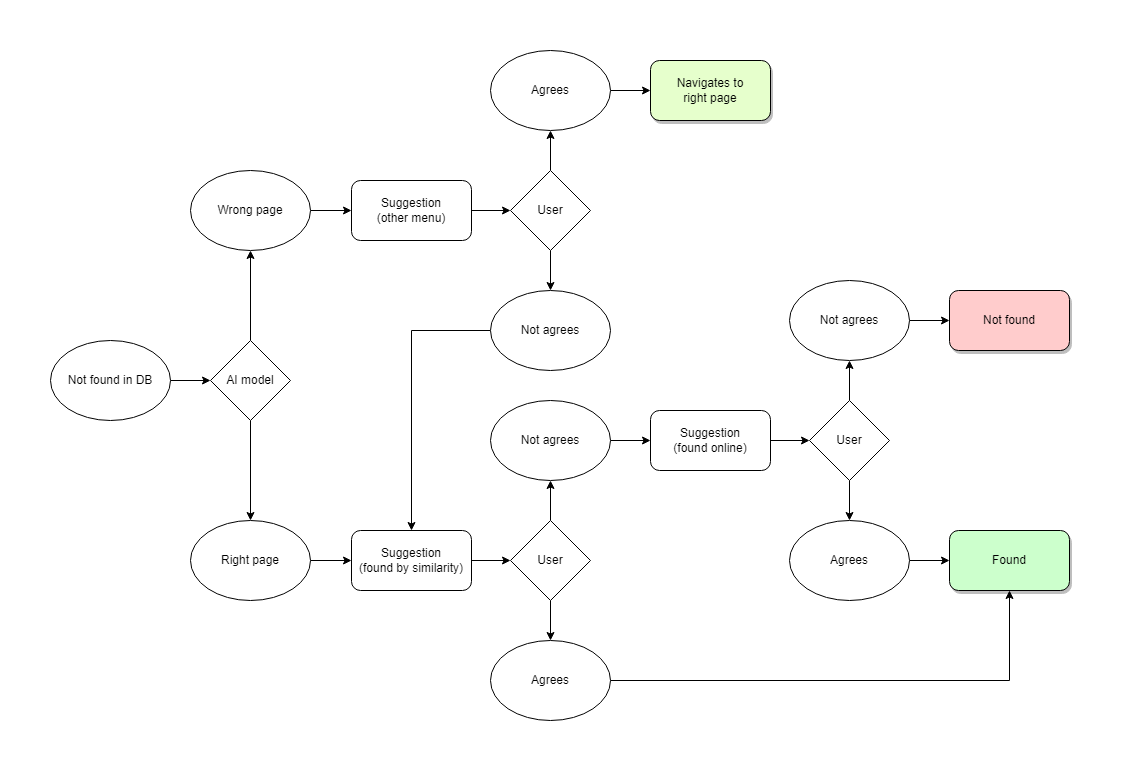
The draw.io diagram doc/inorganic-suggestions.png in quimifyapp/api, before a commit. Source tidied: cells renumbered, new cells last; positions are measured from the earlier drawing's top-left corner, leaving out a move shared by most shapes.
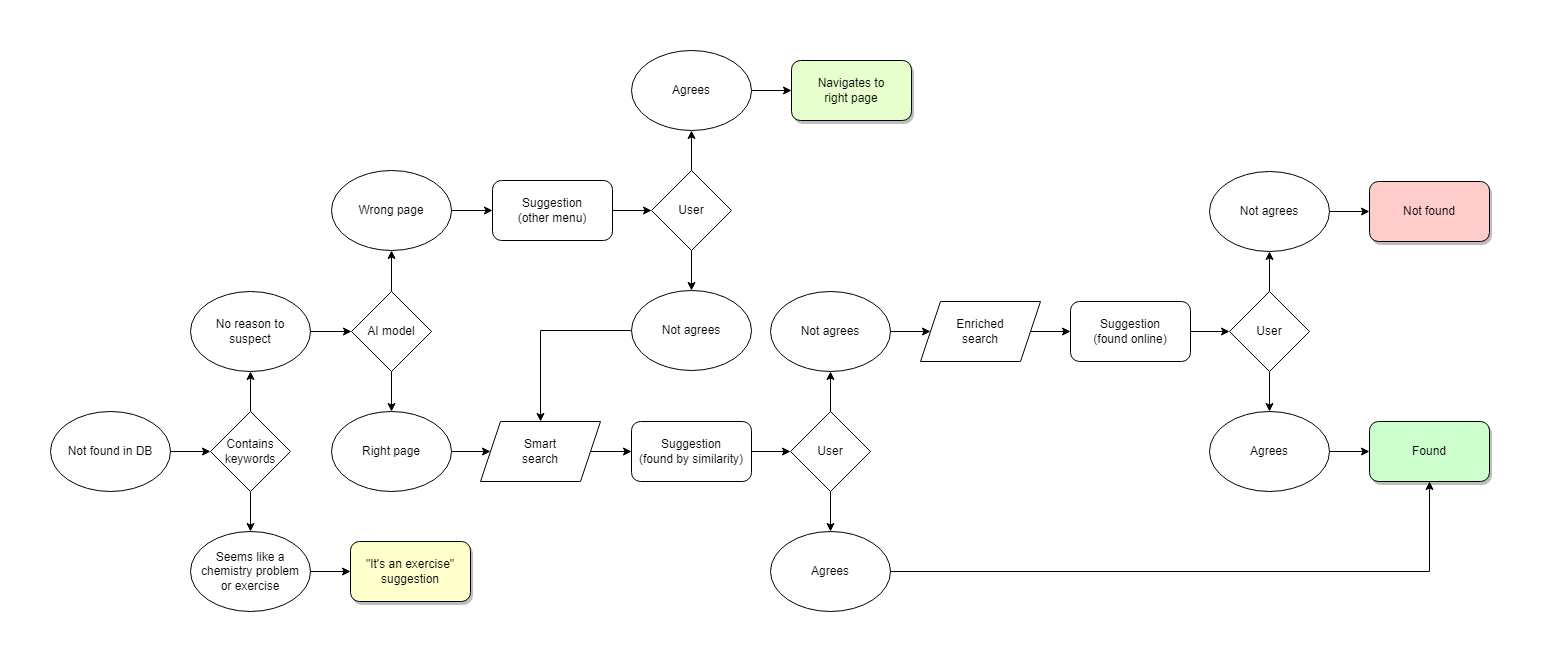
The same diagram one commit later.

Change to the diagram source:
```diff
@@ -2,6 +2,21 @@
   <root>
     <mxCell id="0" />
     <mxCell id="1" parent="0" />
+    <mxCell id="41" style="edgeStyle=orthogonalEdgeStyle;rounded=0;jettySize=auto;html=1;exitX=1;exitY=0.5;exitDx=0;exitDy=0;entryX=0;entryY=0.5;entryDx=0;entryDy=0;" parent="1" edge="1" source="40" target="44">
+      <mxGeometry relative="1" as="geometry" />
+    </mxCell>
+    <mxCell id="40" value="Not found in DB" style="ellipse;whiteSpace=wrap;html=1;" parent="1" vertex="1">
+      <mxGeometry x="90" y="281" width="120" height="80" as="geometry" />
+    </mxCell>
+    <mxCell id="42" style="edgeStyle=orthogonalEdgeStyle;rounded=0;jettySize=auto;html=1;exitX=0.5;exitY=0;exitDx=0;exitDy=0;entryX=0.5;entryY=1;entryDx=0;entryDy=0;" parent="1" edge="1" source="44" target="70">
+      <mxGeometry relative="1" as="geometry" />
+    </mxCell>
+    <mxCell id="43" style="edgeStyle=orthogonalEdgeStyle;rounded=0;jettySize=auto;html=1;exitX=0.5;exitY=1;exitDx=0;exitDy=0;entryX=0.5;entryY=0;entryDx=0;entryDy=0;" parent="1" edge="1" source="44" target="68">
+      <mxGeometry relative="1" as="geometry" />
+    </mxCell>
+    <mxCell id="44" value="Contains&lt;br&gt;keywords" style="rhombus;whiteSpace=wrap;html=1;" parent="1" vertex="1">
+      <mxGeometry x="250" y="281" width="80" height="80" as="geometry" />
+    </mxCell>
     <mxCell id="2" style="edgeStyle=none;rounded=0;jettySize=auto;html=1;exitX=0.5;exitY=0;exitDx=0;exitDy=0;entryX=0.5;entryY=1;entryDx=0;entryDy=0;" parent="1" edge="1" source="4" target="8">
       <mxGeometry relative="1" as="geometry" />
     </mxCell>
@@ -9,123 +24,151 @@
       <mxGeometry relative="1" as="geometry" />
     </mxCell>
     <mxCell id="4" value="AI model" style="rhombus;whiteSpace=wrap;html=1;" parent="1" vertex="1">
-      <mxGeometry x="160" y="290" width="80" height="80" as="geometry" />
+      <mxGeometry x="391" y="161" width="80" height="80" as="geometry" />
     </mxCell>
-    <mxCell id="5" style="edgeStyle=none;rounded=0;jettySize=auto;html=1;exitX=1;exitY=0.5;exitDx=0;exitDy=0;entryX=0;entryY=0.5;entryDx=0;entryDy=0;" parent="1" edge="1" source="6" target="10">
-      <mxGeometry relative="1" as="geometry" />
-    </mxCell>
+    <mxCell id="45" style="edgeStyle=orthogonalEdgeStyle;rounded=0;jettySize=auto;html=1;exitX=1;exitY=0.5;exitDx=0;exitDy=0;entryX=0;entryY=0.5;entryDx=0;entryDy=0;" parent="1" edge="1" source="6" target="73">
+      <mxGeometry relative="1" as="geometry" />
+    </mxCell>
     <mxCell id="6" value="Right page" style="ellipse;whiteSpace=wrap;html=1;" parent="1" vertex="1">
-      <mxGeometry x="140" y="470" width="120" height="80" as="geometry" />
+      <mxGeometry x="371" y="281" width="120" height="80" as="geometry" />
     </mxCell>
-    <mxCell id="7" style="edgeStyle=none;rounded=0;jettySize=auto;html=1;exitX=1;exitY=0.5;exitDx=0;exitDy=0;entryX=0;entryY=0.5;entryDx=0;entryDy=0;" parent="1" edge="1" source="8" target="12">
+    <mxCell id="7" style="edgeStyle=orthogonalEdgeStyle;rounded=0;jettySize=auto;html=1;exitX=1;exitY=0.5;exitDx=0;exitDy=0;entryX=0;entryY=0.5;entryDx=0;entryDy=0;" parent="1" edge="1" source="8" target="12">
       <mxGeometry relative="1" as="geometry" />
     </mxCell>
     <mxCell id="8" value="Wrong page" style="ellipse;whiteSpace=wrap;html=1;" parent="1" vertex="1">
-      <mxGeometry x="140" y="120" width="120" height="80" as="geometry" />
+      <mxGeometry x="371" y="40" width="120" height="80" as="geometry" />
     </mxCell>
-    <mxCell id="9" style="edgeStyle=none;rounded=0;jettySize=auto;html=1;exitX=1;exitY=0.5;exitDx=0;exitDy=0;entryX=0;entryY=0.5;entryDx=0;entryDy=0;" parent="1" edge="1" source="10" target="15">
-      <mxGeometry relative="1" as="geometry" />
-    </mxCell>
+    <mxCell id="46" style="edgeStyle=none;rounded=0;jettySize=auto;html=1;exitX=1;exitY=0.5;exitDx=0;exitDy=0;entryX=0;entryY=0.5;entryDx=0;entryDy=0;" parent="1" edge="1" source="10" target="50">
+      <mxGeometry relative="1" as="geometry" />
+    </mxCell>
     <mxCell id="10" value="Suggestion&lt;br&gt;(found by similarity)" style="rounded=1;whiteSpace=wrap;html=1;" parent="1" vertex="1">
-      <mxGeometry x="301" y="480" width="120" height="60" as="geometry" />
+      <mxGeometry x="671" y="291" width="120" height="60" as="geometry" />
     </mxCell>
-    <mxCell id="11" style="edgeStyle=none;rounded=0;jettySize=auto;html=1;exitX=1;exitY=0.5;exitDx=0;exitDy=0;entryX=0;entryY=0.5;entryDx=0;entryDy=0;" parent="1" edge="1" source="12" target="23">
-      <mxGeometry relative="1" as="geometry" />
-    </mxCell>
+    <mxCell id="47" style="edgeStyle=none;rounded=0;jettySize=auto;html=1;exitX=1;exitY=0.5;exitDx=0;exitDy=0;entryX=0;entryY=0.5;entryDx=0;entryDy=0;" parent="1" edge="1" source="12" target="57">
+      <mxGeometry relative="1" as="geometry" />
+    </mxCell>
     <mxCell id="12" value="Suggestion&lt;br&gt;(other menu)" style="rounded=1;whiteSpace=wrap;html=1;" parent="1" vertex="1">
-      <mxGeometry x="301" y="130" width="120" height="60" as="geometry" />
+      <mxGeometry x="532" y="50" width="120" height="60" as="geometry" />
     </mxCell>
-    <mxCell id="13" style="edgeStyle=none;rounded=0;jettySize=auto;html=1;exitX=0.5;exitY=0;exitDx=0;exitDy=0;entryX=0.5;entryY=1;entryDx=0;entryDy=0;" parent="1" edge="1" source="15" target="19">
-      <mxGeometry relative="1" as="geometry" />
-    </mxCell>
-    <mxCell id="14" style="edgeStyle=none;rounded=0;jettySize=auto;html=1;exitX=0.5;exitY=1;exitDx=0;exitDy=0;entryX=0.5;entryY=0;entryDx=0;entryDy=0;" parent="1" edge="1" source="15" target="17">
-      <mxGeometry relative="1" as="geometry" />
-    </mxCell>
-    <mxCell id="15" value="User" style="rhombus;whiteSpace=wrap;html=1;" parent="1" vertex="1">
-      <mxGeometry x="460" y="470" width="80" height="80" as="geometry" />
-    </mxCell>
-    <mxCell id="16" style="edgeStyle=none;rounded=0;jettySize=auto;html=1;exitX=1;exitY=0.5;exitDx=0;exitDy=0;entryX=0.5;entryY=1;entryDx=0;entryDy=0;" parent="1" edge="1" source="17" target="20">
-      <mxGeometry relative="1" as="geometry">
-        <Array as="points">
-          <mxPoint x="959" y="630" />
-        </Array>
-      </mxGeometry>
-    </mxCell>
-    <mxCell id="17" value="Agrees" style="ellipse;whiteSpace=wrap;html=1;" parent="1" vertex="1">
-      <mxGeometry x="440" y="590" width="120" height="80" as="geometry" />
-    </mxCell>
-    <mxCell id="18" style="edgeStyle=none;rounded=0;jettySize=auto;html=1;exitX=1;exitY=0.5;exitDx=0;exitDy=0;entryX=0;entryY=0.5;entryDx=0;entryDy=0;" parent="1" edge="1" source="19" target="30">
-      <mxGeometry relative="1" as="geometry" />
-    </mxCell>
-    <mxCell id="19" value="Not agrees" style="ellipse;whiteSpace=wrap;html=1;" parent="1" vertex="1">
-      <mxGeometry x="440" y="350" width="120" height="80" as="geometry" />
-    </mxCell>
+    <mxCell id="48" style="edgeStyle=none;rounded=0;jettySize=auto;html=1;exitX=0.5;exitY=0;exitDx=0;exitDy=0;entryX=0.5;entryY=1;entryDx=0;entryDy=0;" parent="1" edge="1" source="50" target="54">
+      <mxGeometry relative="1" as="geometry" />
+    </mxCell>
+    <mxCell id="49" style="edgeStyle=none;rounded=0;jettySize=auto;html=1;exitX=0.5;exitY=1;exitDx=0;exitDy=0;entryX=0.5;entryY=0;entryDx=0;entryDy=0;" parent="1" edge="1" source="50" target="52">
+      <mxGeometry relative="1" as="geometry" />
+    </mxCell>
+    <mxCell id="50" value="User" style="rhombus;whiteSpace=wrap;html=1;" parent="1" vertex="1">
+      <mxGeometry x="830" y="281" width="80" height="80" as="geometry" />
+    </mxCell>
+    <mxCell id="51" style="edgeStyle=none;rounded=0;jettySize=auto;html=1;exitX=1;exitY=0.5;exitDx=0;exitDy=0;entryX=0.5;entryY=1;entryDx=0;entryDy=0;" parent="1" edge="1" source="52" target="20">
+      <mxGeometry relative="1" as="geometry">
+        <Array as="points">
+          <mxPoint x="1469" y="441" />
+        </Array>
+      </mxGeometry>
+    </mxCell>
+    <mxCell id="52" value="Agrees" style="ellipse;whiteSpace=wrap;html=1;" parent="1" vertex="1">
+      <mxGeometry x="810" y="401" width="120" height="80" as="geometry" />
+    </mxCell>
+    <mxCell id="53" style="edgeStyle=orthogonalEdgeStyle;rounded=0;jettySize=auto;html=1;exitX=1;exitY=0.5;exitDx=0;exitDy=0;entryX=0;entryY=0.5;entryDx=0;entryDy=0;" parent="1" edge="1" source="54" target="75">
+      <mxGeometry relative="1" as="geometry" />
+    </mxCell>
+    <mxCell id="54" value="Not agrees" style="ellipse;whiteSpace=wrap;html=1;" parent="1" vertex="1">
+      <mxGeometry x="810" y="161" width="120" height="80" as="geometry" />
+    </mxCell>
     <mxCell id="20" value="Found" style="rounded=1;whiteSpace=wrap;html=1;fillColor=#CCFFCC;shadow=1;" parent="1" vertex="1">
-      <mxGeometry x="899" y="480" width="120" height="60" as="geometry" />
+      <mxGeometry x="1409" y="291" width="120" height="60" as="geometry" />
     </mxCell>
-    <mxCell id="21" style="edgeStyle=none;rounded=0;jettySize=auto;html=1;exitX=0.5;exitY=0;exitDx=0;exitDy=0;entryX=0.5;entryY=1;entryDx=0;entryDy=0;" parent="1" edge="1" source="23" target="25">
-      <mxGeometry relative="1" as="geometry" />
-    </mxCell>
-    <mxCell id="22" style="edgeStyle=none;rounded=0;jettySize=auto;html=1;exitX=0.5;exitY=1;exitDx=0;exitDy=0;entryX=0.5;entryY=0;entryDx=0;entryDy=0;" parent="1" edge="1" source="23" target="27">
-      <mxGeometry relative="1" as="geometry" />
-    </mxCell>
-    <mxCell id="23" value="User" style="rhombus;whiteSpace=wrap;html=1;" parent="1" vertex="1">
-      <mxGeometry x="460" y="120" width="80" height="80" as="geometry" />
-    </mxCell>
-    <mxCell id="24" style="edgeStyle=none;rounded=0;jettySize=auto;html=1;exitX=1;exitY=0.5;exitDx=0;exitDy=0;entryX=0;entryY=0.5;entryDx=0;entryDy=0;" parent="1" edge="1" source="25" target="28">
-      <mxGeometry relative="1" as="geometry" />
-    </mxCell>
-    <mxCell id="25" value="Agrees" style="ellipse;whiteSpace=wrap;html=1;" parent="1" vertex="1">
-      <mxGeometry x="440" width="120" height="80" as="geometry" />
-    </mxCell>
-    <mxCell id="26" style="edgeStyle=none;rounded=0;jettySize=auto;html=1;exitX=0;exitY=0.5;exitDx=0;exitDy=0;entryX=0.5;entryY=0;entryDx=0;entryDy=0;" parent="1" edge="1" source="27" target="10">
-      <mxGeometry relative="1" as="geometry">
-        <Array as="points">
-          <mxPoint x="361" y="280" />
-        </Array>
-      </mxGeometry>
-    </mxCell>
-    <mxCell id="27" value="Not agrees" style="ellipse;whiteSpace=wrap;html=1;" parent="1" vertex="1">
-      <mxGeometry x="440" y="240" width="120" height="80" as="geometry" />
-    </mxCell>
+    <mxCell id="55" style="edgeStyle=none;rounded=0;jettySize=auto;html=1;exitX=0.5;exitY=0;exitDx=0;exitDy=0;entryX=0.5;entryY=1;entryDx=0;entryDy=0;" parent="1" edge="1" source="57" target="59">
+      <mxGeometry relative="1" as="geometry" />
+    </mxCell>
+    <mxCell id="56" style="edgeStyle=none;rounded=0;jettySize=auto;html=1;exitX=0.5;exitY=1;exitDx=0;exitDy=0;entryX=0.5;entryY=0;entryDx=0;entryDy=0;" parent="1" edge="1" source="57" target="61">
+      <mxGeometry relative="1" as="geometry" />
+    </mxCell>
+    <mxCell id="57" value="User" style="rhombus;whiteSpace=wrap;html=1;" parent="1" vertex="1">
+      <mxGeometry x="691" y="40" width="80" height="80" as="geometry" />
+    </mxCell>
+    <mxCell id="58" style="edgeStyle=none;rounded=0;jettySize=auto;html=1;exitX=1;exitY=0.5;exitDx=0;exitDy=0;entryX=0;entryY=0.5;entryDx=0;entryDy=0;" parent="1" edge="1" source="59" target="28">
+      <mxGeometry relative="1" as="geometry" />
+    </mxCell>
+    <mxCell id="59" value="Agrees" style="ellipse;whiteSpace=wrap;html=1;" parent="1" vertex="1">
+      <mxGeometry x="671" y="-80" width="120" height="80" as="geometry" />
+    </mxCell>
+    <mxCell id="60" style="edgeStyle=orthogonalEdgeStyle;rounded=0;jettySize=auto;html=1;exitX=0;exitY=0.5;exitDx=0;exitDy=0;entryX=0.5;entryY=0;entryDx=0;entryDy=0;" parent="1" edge="1" source="61" target="73">
+      <mxGeometry relative="1" as="geometry" />
+    </mxCell>
+    <mxCell id="61" value="Not agrees" style="ellipse;whiteSpace=wrap;html=1;" parent="1" vertex="1">
+      <mxGeometry x="671" y="160" width="120" height="80" as="geometry" />
+    </mxCell>
     <mxCell id="28" value="Navigates to&lt;br&gt;right page" style="rounded=1;whiteSpace=wrap;html=1;fillColor=#E6FFCC;shadow=1;" parent="1" vertex="1">
-      <mxGeometry x="600" y="10" width="120" height="60" as="geometry" />
+      <mxGeometry x="831" y="-70" width="120" height="60" as="geometry" />
     </mxCell>
-    <mxCell id="29" style="edgeStyle=none;rounded=0;jettySize=auto;html=1;exitX=1;exitY=0.5;exitDx=0;exitDy=0;entryX=0;entryY=0.5;entryDx=0;entryDy=0;" parent="1" edge="1" source="30" target="33">
-      <mxGeometry relative="1" as="geometry" />
-    </mxCell>
+    <mxCell id="62" style="edgeStyle=orthogonalEdgeStyle;rounded=0;jettySize=auto;html=1;exitX=1;exitY=0.5;exitDx=0;exitDy=0;entryX=0;entryY=0.5;entryDx=0;entryDy=0;" parent="1" edge="1" source="30" target="78">
+      <mxGeometry relative="1" as="geometry" />
+    </mxCell>
     <mxCell id="30" value="Suggestion&lt;br&gt;(found online)" style="rounded=1;whiteSpace=wrap;html=1;" parent="1" vertex="1">
-      <mxGeometry x="600" y="360" width="120" height="60" as="geometry" />
+      <mxGeometry x="1110" y="171" width="120" height="60" as="geometry" />
     </mxCell>
-    <mxCell id="31" style="edgeStyle=none;rounded=0;jettySize=auto;html=1;exitX=0.5;exitY=0;exitDx=0;exitDy=0;entryX=0.5;entryY=1;entryDx=0;entryDy=0;" parent="1" edge="1" source="33" target="36">
-      <mxGeometry relative="1" as="geometry" />
-    </mxCell>
-    <mxCell id="32" style="edgeStyle=none;rounded=0;jettySize=auto;html=1;exitX=0.5;exitY=1;exitDx=0;exitDy=0;entryX=0.5;entryY=0;entryDx=0;entryDy=0;" parent="1" edge="1" source="33" target="38">
-      <mxGeometry relative="1" as="geometry" />
-    </mxCell>
-    <mxCell id="33" value="User" style="rhombus;whiteSpace=wrap;html=1;" parent="1" vertex="1">
-      <mxGeometry x="759" y="350" width="80" height="80" as="geometry" />
-    </mxCell>
+    <mxCell id="63" style="edgeStyle=none;rounded=0;orthogonalLoop=1;jettySize=auto;html=1;exitX=0.5;exitY=0;exitDx=0;exitDy=0;entryX=0.5;entryY=1;entryDx=0;entryDy=0;" parent="1" edge="1">
+      <mxGeometry relative="1" as="geometry">
+        <mxPoint x="1309" y="221" as="sourcePoint" />
+        <mxPoint x="1309" y="181" as="targetPoint" />
+      </mxGeometry>
+    </mxCell>
+    <mxCell id="64" style="edgeStyle=none;rounded=0;jettySize=auto;html=1;exitX=0.5;exitY=1;exitDx=0;exitDy=0;entryX=0.5;entryY=0;entryDx=0;entryDy=0;" parent="1" edge="1" target="66">
+      <mxGeometry relative="1" as="geometry">
+        <mxPoint x="1309" y="301" as="sourcePoint" />
+      </mxGeometry>
+    </mxCell>
     <mxCell id="34" value="Not found" style="rounded=1;whiteSpace=wrap;html=1;fillColor=#FFCCCC;shadow=1;" parent="1" vertex="1">
-      <mxGeometry x="899" y="240" width="120" height="60" as="geometry" />
+      <mxGeometry x="1409" y="51" width="120" height="60" as="geometry" />
     </mxCell>
-    <mxCell id="35" style="edgeStyle=none;rounded=0;jettySize=auto;html=1;exitX=1;exitY=0.5;exitDx=0;exitDy=0;entryX=0;entryY=0.5;entryDx=0;entryDy=0;" parent="1" edge="1" source="36" target="34">
-      <mxGeometry relative="1" as="geometry" />
-    </mxCell>
-    <mxCell id="36" value="Not agrees" style="ellipse;whiteSpace=wrap;html=1;" parent="1" vertex="1">
-      <mxGeometry x="739" y="230" width="120" height="80" as="geometry" />
-    </mxCell>
-    <mxCell id="37" style="edgeStyle=none;rounded=0;jettySize=auto;html=1;exitX=1;exitY=0.5;exitDx=0;exitDy=0;entryX=0;entryY=0.5;entryDx=0;entryDy=0;" parent="1" edge="1" source="38" target="20">
-      <mxGeometry relative="1" as="geometry" />
-    </mxCell>
-    <mxCell id="38" value="Agrees" style="ellipse;whiteSpace=wrap;html=1;" parent="1" vertex="1">
-      <mxGeometry x="739" y="470" width="120" height="80" as="geometry" />
-    </mxCell>
-    <mxCell id="39" style="edgeStyle=none;rounded=0;jettySize=auto;html=1;exitX=1;exitY=0.5;exitDx=0;exitDy=0;entryX=0;entryY=0.5;entryDx=0;entryDy=0;" parent="1" edge="1" source="40" target="4">
-      <mxGeometry relative="1" as="geometry" />
-    </mxCell>
-    <mxCell id="40" value="Not found in DB" style="ellipse;whiteSpace=wrap;html=1;" parent="1" vertex="1">
-      <mxGeometry y="290" width="120" height="80" as="geometry" />
-    </mxCell>
+    <mxCell id="65" style="edgeStyle=none;rounded=0;jettySize=auto;html=1;exitX=1;exitY=0.5;exitDx=0;exitDy=0;entryX=0;entryY=0.5;entryDx=0;entryDy=0;" parent="1" edge="1" source="66" target="20">
+      <mxGeometry relative="1" as="geometry" />
+    </mxCell>
+    <mxCell id="66" value="Agrees" style="ellipse;whiteSpace=wrap;html=1;" parent="1" vertex="1">
+      <mxGeometry x="1249" y="281" width="120" height="80" as="geometry" />
+    </mxCell>
+    <mxCell id="67" style="edgeStyle=orthogonalEdgeStyle;rounded=0;jettySize=auto;html=1;exitX=1;exitY=0.5;exitDx=0;exitDy=0;entryX=0;entryY=0.5;entryDx=0;entryDy=0;" parent="1" edge="1" source="68" target="71">
+      <mxGeometry relative="1" as="geometry" />
+    </mxCell>
+    <mxCell id="68" value="Seems like a&lt;br&gt;chemistry problem&lt;br&gt;or exercise" style="ellipse;whiteSpace=wrap;html=1;" parent="1" vertex="1">
+      <mxGeometry x="230" y="401" width="120" height="80" as="geometry" />
+    </mxCell>
+    <mxCell id="69" style="edgeStyle=orthogonalEdgeStyle;rounded=0;jettySize=auto;html=1;exitX=1;exitY=0.5;exitDx=0;exitDy=0;entryX=0;entryY=0.5;entryDx=0;entryDy=0;" parent="1" edge="1" source="70" target="4">
+      <mxGeometry relative="1" as="geometry" />
+    </mxCell>
+    <mxCell id="70" value="No reason to&lt;br&gt;suspect" style="ellipse;whiteSpace=wrap;html=1;" parent="1" vertex="1">
+      <mxGeometry x="230" y="161" width="120" height="80" as="geometry" />
+    </mxCell>
+    <mxCell id="71" value="&quot;It's an exercise&quot;&lt;br&gt;suggestion" style="rounded=1;whiteSpace=wrap;html=1;fillColor=#FFFFCC;shadow=1;" parent="1" vertex="1">
+      <mxGeometry x="390" y="411" width="120" height="60" as="geometry" />
+    </mxCell>
+    <mxCell id="72" style="edgeStyle=orthogonalEdgeStyle;rounded=0;jettySize=auto;html=1;exitX=1;exitY=0.5;exitDx=0;exitDy=0;entryX=0;entryY=0.5;entryDx=0;entryDy=0;" parent="1" edge="1" source="73" target="10">
+      <mxGeometry relative="1" as="geometry" />
+    </mxCell>
+    <mxCell id="73" value="Smart&lt;br&gt;search" style="shape=parallelogram;perimeter=parallelogramPerimeter;whiteSpace=wrap;html=1;fixedSize=1;" parent="1" vertex="1">
+      <mxGeometry x="520" y="291" width="120" height="60" as="geometry" />
+    </mxCell>
+    <mxCell id="74" style="edgeStyle=orthogonalEdgeStyle;rounded=0;jettySize=auto;html=1;exitX=1;exitY=0.5;exitDx=0;exitDy=0;entryX=0;entryY=0.5;entryDx=0;entryDy=0;" parent="1" edge="1" source="75" target="30">
+      <mxGeometry relative="1" as="geometry" />
+    </mxCell>
+    <mxCell id="75" value="Enriched&lt;br&gt;search" style="shape=parallelogram;perimeter=parallelogramPerimeter;whiteSpace=wrap;html=1;fixedSize=1;" parent="1" vertex="1">
+      <mxGeometry x="960" y="171" width="120" height="60" as="geometry" />
+    </mxCell>
+    <mxCell id="76" style="edgeStyle=orthogonalEdgeStyle;rounded=0;jettySize=auto;html=1;exitX=0.5;exitY=0;exitDx=0;exitDy=0;entryX=0.5;entryY=1;entryDx=0;entryDy=0;" parent="1" edge="1" source="78" target="80">
+      <mxGeometry relative="1" as="geometry" />
+    </mxCell>
+    <mxCell id="77" style="edgeStyle=orthogonalEdgeStyle;rounded=0;jettySize=auto;html=1;exitX=0.5;exitY=1;exitDx=0;exitDy=0;entryX=0.5;entryY=0;entryDx=0;entryDy=0;" parent="1" edge="1" source="78" target="66">
+      <mxGeometry relative="1" as="geometry" />
+    </mxCell>
+    <mxCell id="78" value="User" style="rhombus;whiteSpace=wrap;html=1;" parent="1" vertex="1">
+      <mxGeometry x="1269" y="161" width="80" height="80" as="geometry" />
+    </mxCell>
+    <mxCell id="79" style="edgeStyle=orthogonalEdgeStyle;rounded=0;jettySize=auto;html=1;exitX=1;exitY=0.5;exitDx=0;exitDy=0;entryX=0;entryY=0.5;entryDx=0;entryDy=0;" parent="1" edge="1" source="80" target="34">
+      <mxGeometry relative="1" as="geometry" />
+    </mxCell>
+    <mxCell id="80" value="Not agrees" style="ellipse;whiteSpace=wrap;html=1;" parent="1" vertex="1">
+      <mxGeometry x="1249" y="41" width="120" height="80" as="geometry" />
+    </mxCell>
   </root>
 </mxGraphModel>
```
